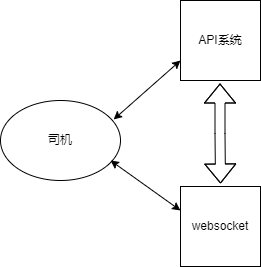
Earlier version of the draw.io export 易救援.drawio.png (wangxh08121314/diagrams). Source tidied: cells renumbered, new cells last; positions are measured from the earlier drawing's top-left corner, leaving out a move shared by most shapes.
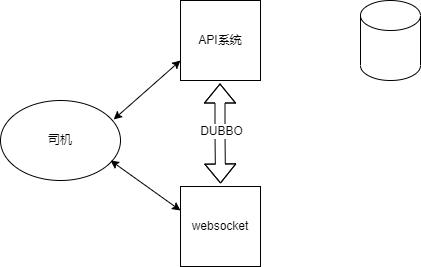
Above is the later version.

Diff of the diagram source:
```diff
@@ -31,5 +31,13 @@
         </Array>
       </mxGeometry>
     </mxCell>
+    <mxCell id="8" value="DUBBO" style="edgeLabel;html=1;align=center;verticalAlign=middle;" parent="7" vertex="1">
+      <mxGeometry x="0.23" y="-1" relative="1" as="geometry">
+        <mxPoint y="8" as="offset" />
+      </mxGeometry>
+    </mxCell>
+    <mxCell id="9" style="shape=cylinder3;whiteSpace=wrap;html=1;boundedLbl=1;backgroundOutline=1;size=15;" parent="1" vertex="1">
+      <mxGeometry x="360" width="60" height="80" as="geometry" />
+    </mxCell>
   </root>
 </mxGraphModel>
```
